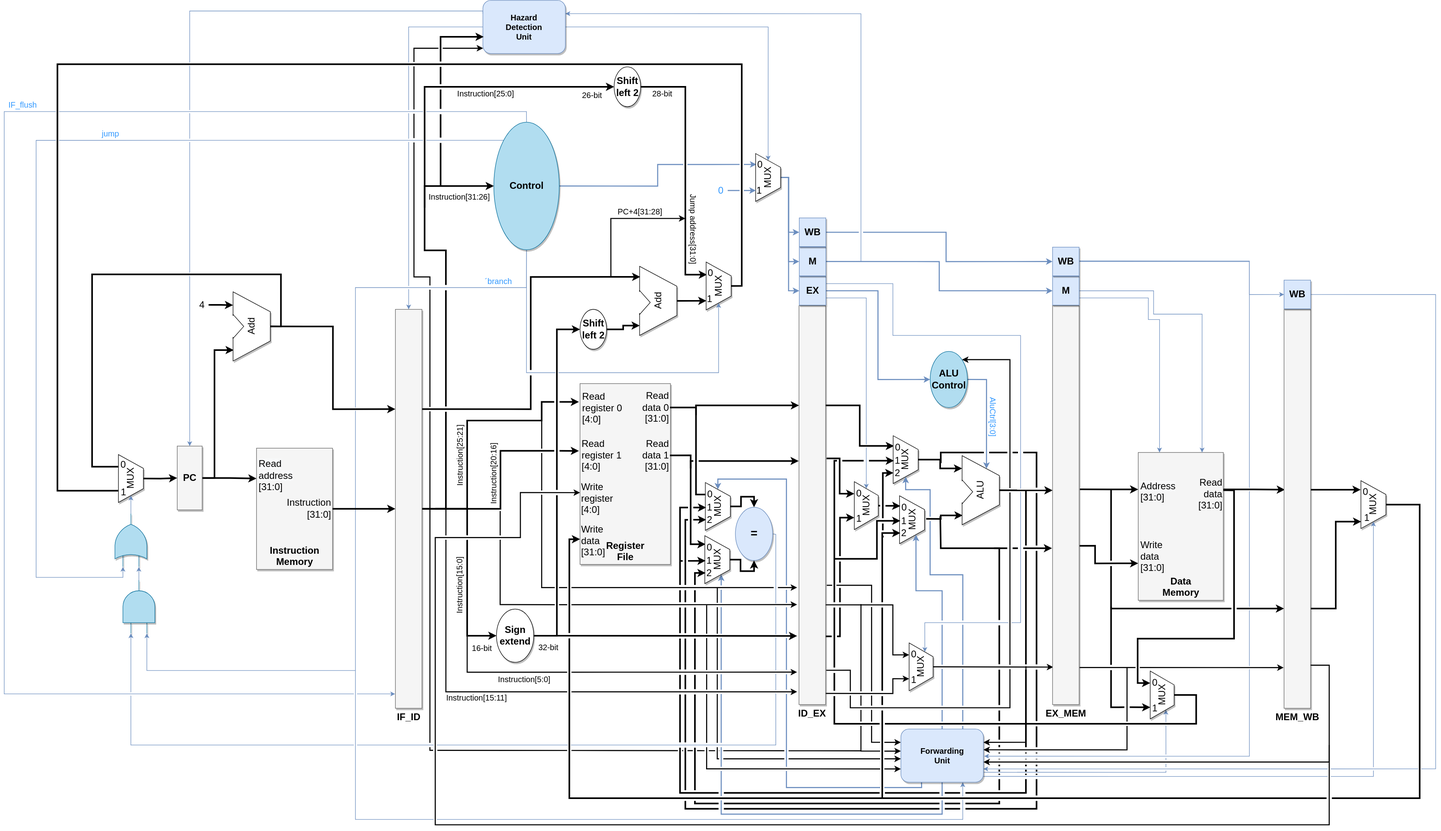
UandersonSilva/MIPS keeps this draw.io diagram as pipeline/alib/MIPS_structure.svg. Above is the earlier version. Source tidied: cells renumbered, new cells last; positions are measured from the earlier drawing's top-left corner, leaving out a move shared by most shapes.
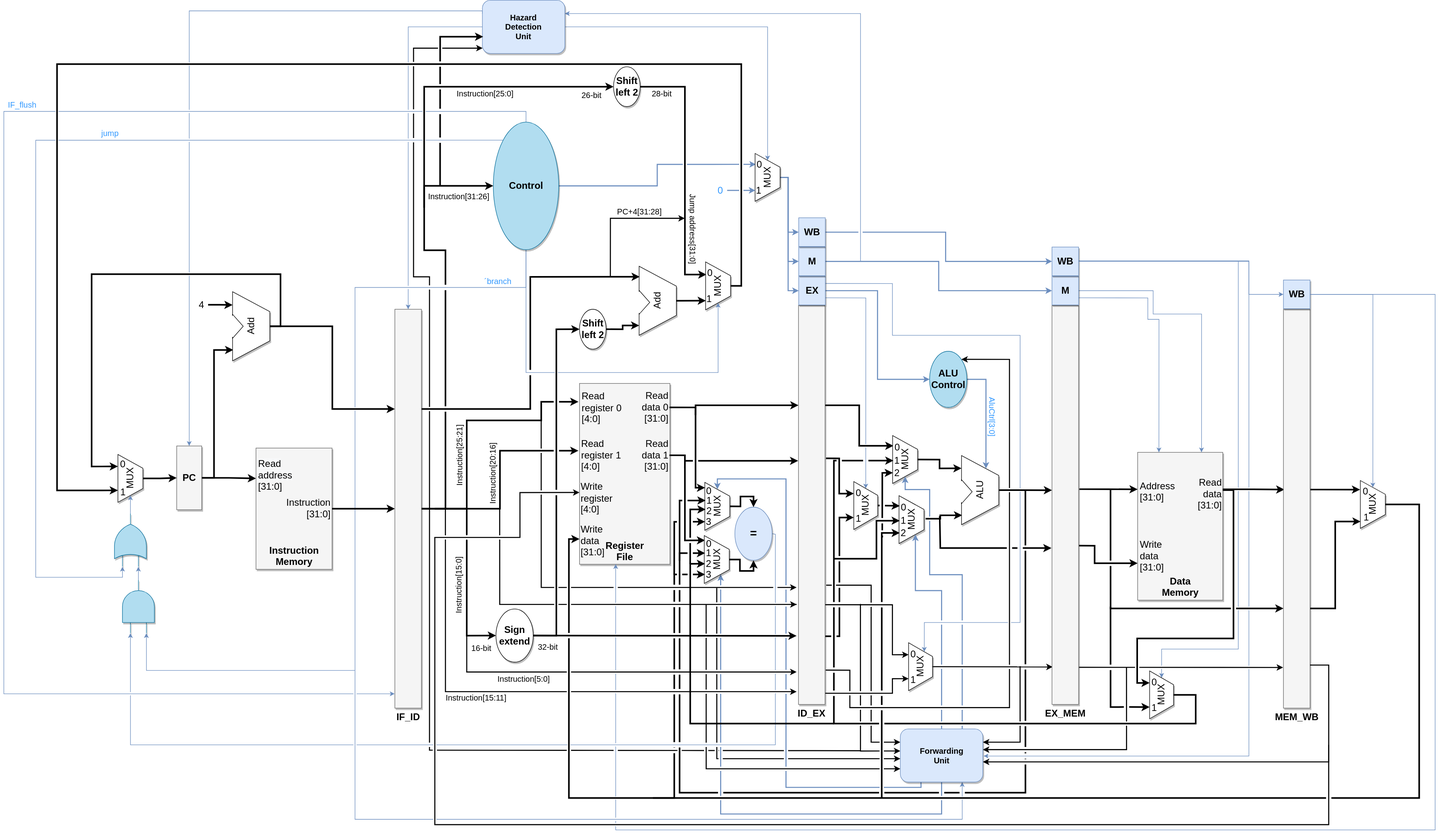
After the commit.

Commit message:
connections corrected.

The edit, as a diff of the source:
```diff
@@ -497,19 +497,19 @@
     <mxCell id="107" value="&lt;b&gt;MEM_WB&lt;/b&gt;" style="whiteSpace=wrap;html=1;shadow=1;fontSize=18;fillColor=#f5f5f5;strokeColor=#666666;verticalAlign=top;labelPosition=center;verticalLabelPosition=bottom;align=center;" parent="1" vertex="1">
       <mxGeometry x="2405" y="581" width="50" height="750" as="geometry" />
     </mxCell>
-    <mxCell id="108" style="edgeStyle=orthogonalEdgeStyle;rounded=0;jettySize=auto;html=1;exitX=1;exitY=0.5;exitDx=0;exitDy=0;entryX=0.75;entryY=0;entryDx=0;entryDy=0;fontSize=22;strokeWidth=3;" parent="1" edge="1" source="23" target="166">
+    <mxCell id="108" style="edgeStyle=orthogonalEdgeStyle;rounded=0;jettySize=auto;html=1;exitX=1;exitY=0.5;exitDx=0;exitDy=0;entryX=0;entryY=0;entryDx=0;entryDy=0;fontSize=22;strokeWidth=3;" parent="1" edge="1" source="23" target="167">
       <mxGeometry relative="1" as="geometry">
         <Array as="points">
           <mxPoint x="1300" y="766" />
-          <mxPoint x="1300" y="929" />
+          <mxPoint x="1300" y="917" />
         </Array>
       </mxGeometry>
     </mxCell>
     <mxCell id="109" style="edgeStyle=orthogonalEdgeStyle;rounded=0;jettySize=auto;html=1;exitX=1;exitY=0.5;exitDx=0;exitDy=0;entryX=0;entryY=0;entryDx=0;entryDy=0;fontSize=22;strokeWidth=3;" parent="1" edge="1" source="24" target="174">
       <mxGeometry relative="1" as="geometry">
         <Array as="points">
-          <mxPoint x="1290" y="856" />
-          <mxPoint x="1290" y="1023" />
+          <mxPoint x="1280" y="856" />
+          <mxPoint x="1280" y="1016" />
         </Array>
       </mxGeometry>
     </mxCell>
@@ -523,10 +523,10 @@
     </mxCell>
     <mxCell id="111" style="edgeStyle=orthogonalEdgeStyle;rounded=0;orthogonalLoop=1;jettySize=auto;html=1;strokeWidth=3;fontSize=22;jumpStyle=gap;" parent="1" edge="1">
       <mxGeometry relative="1" as="geometry">
-        <mxPoint x="1290" y="880" as="sourcePoint" />
+        <mxPoint x="1280" y="880" as="sourcePoint" />
         <mxPoint x="1493" y="866" as="targetPoint" />
         <Array as="points">
-          <mxPoint x="1290" y="866" />
+          <mxPoint x="1280" y="866" />
         </Array>
       </mxGeometry>
     </mxCell>
@@ -625,11 +625,12 @@
     <mxCell id="127" value="&lt;b&gt;WB&lt;/b&gt;" style="whiteSpace=wrap;html=1;shadow=1;fontSize=18;fillColor=#dae8fc;strokeColor=#6c8ebf;verticalAlign=middle;labelPosition=center;verticalLabelPosition=middle;align=center;" parent="1" vertex="1">
       <mxGeometry x="1970" y="464" width="50" height="54" as="geometry" />
     </mxCell>
-    <mxCell id="128" style="edgeStyle=orthogonalEdgeStyle;rounded=0;jumpStyle=gap;jettySize=auto;html=1;exitX=1;exitY=0.5;exitDx=0;exitDy=0;entryX=1;entryY=0.75;entryDx=0;entryDy=0;strokeWidth=1;fontSize=15;fillColor=#dae8fc;strokeColor=#6c8ebf;" parent="1" edge="1" source="129" target="154">
+    <mxCell id="128" style="edgeStyle=orthogonalEdgeStyle;rounded=0;jumpStyle=gap;jettySize=auto;html=1;exitX=1;exitY=0.5;exitDx=0;exitDy=0;entryX=0.4;entryY=0.999;entryDx=0;entryDy=0;strokeWidth=1;fontSize=15;fillColor=#dae8fc;strokeColor=#6c8ebf;entryPerimeter=0;" parent="1" edge="1" source="129" target="8">
       <mxGeometry relative="1" as="geometry">
         <Array as="points">
           <mxPoint x="2690" y="553" />
-          <mxPoint x="2690" y="1445" />
+          <mxPoint x="2690" y="1560" />
+          <mxPoint x="1150" y="1560" />
         </Array>
       </mxGeometry>
     </mxCell>
@@ -756,11 +757,12 @@
         </Array>
       </mxGeometry>
     </mxCell>
-    <mxCell id="148" style="edgeStyle=orthogonalEdgeStyle;rounded=0;jumpStyle=gap;jettySize=auto;html=1;exitX=1;exitY=0.25;exitDx=0;exitDy=0;strokeWidth=2;entryX=1;entryY=0.25;entryDx=0;entryDy=0;" parent="1" edge="1" target="154">
+    <mxCell id="148" style="edgeStyle=orthogonalEdgeStyle;rounded=0;jumpStyle=gap;jettySize=auto;html=1;strokeWidth=2;entryX=1;entryY=0.25;entryDx=0;entryDy=0;" parent="1" edge="1" target="154">
       <mxGeometry relative="1" as="geometry">
-        <mxPoint x="1920" y="1252" as="sourcePoint" />
+        <mxPoint x="1910" y="1252" as="sourcePoint" />
         <Array as="points">
-          <mxPoint x="1920" y="1395" />
+          <mxPoint x="1910" y="1252" />
+          <mxPoint x="1910" y="1395" />
         </Array>
       </mxGeometry>
     </mxCell>
@@ -791,18 +793,19 @@
         </Array>
       </mxGeometry>
     </mxCell>
-    <mxCell id="152" style="edgeStyle=orthogonalEdgeStyle;rounded=0;jumpStyle=gap;jettySize=auto;html=1;exitX=1.006;exitY=0.813;exitDx=0;exitDy=0;entryX=0;entryY=0.75;entryDx=0;entryDy=0;strokeWidth=1;fontFamily=Helvetica;fontSize=12;fontColor=#3399FF;exitPerimeter=0;fillColor=#dae8fc;strokeColor=#6c8ebf;" parent="1" edge="1" source="154" target="203">
+    <mxCell id="152" style="edgeStyle=orthogonalEdgeStyle;rounded=0;jumpStyle=gap;jettySize=auto;html=1;entryX=1;entryY=0.5;entryDx=0;entryDy=0;strokeWidth=1;fontFamily=Helvetica;fontSize=12;fontColor=#3399FF;fillColor=#dae8fc;strokeColor=#6c8ebf;exitX=1;exitY=0.5;exitDx=0;exitDy=0;" parent="1" edge="1" source="127" target="203">
       <mxGeometry relative="1" as="geometry">
         <Array as="points">
-          <mxPoint x="2183" y="1451" />
+          <mxPoint x="2320" y="491" />
+          <mxPoint x="2320" y="1220" />
+          <mxPoint x="2176" y="1220" />
         </Array>
       </mxGeometry>
     </mxCell>
-    <mxCell id="153" style="edgeStyle=orthogonalEdgeStyle;rounded=0;jumpStyle=gap;jettySize=auto;html=1;exitX=1;exitY=1;exitDx=0;exitDy=0;entryX=0;entryY=0.5;entryDx=0;entryDy=0;strokeWidth=1;fontFamily=Helvetica;fontSize=12;fontColor=#3399FF;fillColor=#dae8fc;strokeColor=#6c8ebf;" parent="1" edge="1" target="48">
+    <mxCell id="153" style="edgeStyle=orthogonalEdgeStyle;rounded=0;jumpStyle=gap;jettySize=auto;html=1;exitX=1;exitY=0.5;exitDx=0;exitDy=0;entryX=1;entryY=0.5;entryDx=0;entryDy=0;strokeWidth=1;fontFamily=Helvetica;fontSize=12;fontColor=#3399FF;fillColor=#dae8fc;strokeColor=#6c8ebf;" parent="1" edge="1" source="129" target="48">
       <mxGeometry relative="1" as="geometry">
-        <mxPoint x="1840" y="1459" as="sourcePoint" />
         <Array as="points">
-          <mxPoint x="2573" y="1459" />
+          <mxPoint x="2573" y="553" />
         </Array>
       </mxGeometry>
     </mxCell>
@@ -861,7 +864,7 @@
       <mxGeometry x="1296" y="928" width="90" height="47" as="geometry" />
     </mxCell>
     <mxCell id="167" value="0" style="text;html=1;strokeColor=none;fillColor=none;align=center;verticalAlign=middle;whiteSpace=wrap;rounded=0;shadow=1;fontSize=18;" parent="1" vertex="1">
-      <mxGeometry x="1319" y="922.5" width="14" height="13" as="geometry" />
+      <mxGeometry x="1318" y="916.5" width="14" height="13" as="geometry" />
     </mxCell>
     <mxCell id="168" style="edgeStyle=orthogonalEdgeStyle;rounded=0;jumpStyle=gap;jettySize=auto;html=1;exitX=0;exitY=0.5;exitDx=0;exitDy=0;strokeWidth=3;entryX=0;entryY=0.5;entryDx=0;entryDy=0;" parent="1" edge="1" target="169">
       <mxGeometry relative="1" as="geometry">
@@ -869,27 +872,23 @@
         <Array as="points">
           <mxPoint x="1920" y="1490" />
           <mxPoint x="1270" y="1490" />
-          <mxPoint x="1270" y="954" />
+          <mxPoint x="1270" y="940" />
         </Array>
       </mxGeometry>
     </mxCell>
     <mxCell id="169" value="1" style="text;html=1;strokeColor=none;fillColor=none;align=center;verticalAlign=middle;whiteSpace=wrap;rounded=0;shadow=1;fontSize=18;" parent="1" vertex="1">
-      <mxGeometry x="1319" y="947" width="13" height="13" as="geometry" />
+      <mxGeometry x="1319" y="934" width="13" height="13" as="geometry" />
     </mxCell>
-    <mxCell id="170" style="edgeStyle=orthogonalEdgeStyle;rounded=0;jumpStyle=gap;jettySize=auto;html=1;exitX=0;exitY=0.5;exitDx=0;exitDy=0;strokeWidth=3;entryX=0;entryY=0.5;entryDx=0;entryDy=0;" parent="1" edge="1" target="171">
-      <mxGeometry relative="1" as="geometry">
-        <mxPoint x="1760" y="870" as="sourcePoint" />
-        <Array as="points">
-          <mxPoint x="1760" y="850" />
-          <mxPoint x="1940" y="850" />
-          <mxPoint x="1940" y="1520" />
-          <mxPoint x="1280" y="1520" />
-          <mxPoint x="1280" y="977" />
-        </Array>
-      </mxGeometry>
-    </mxCell>
+    <mxCell id="206" style="edgeStyle=orthogonalEdgeStyle;rounded=0;jettySize=auto;html=1;exitX=0;exitY=0.25;exitDx=0;exitDy=0;strokeWidth=3;entryX=0;entryY=0.25;entryDx=0;entryDy=0;jumpStyle=gap;" parent="1" edge="1" target="171">
+      <mxGeometry relative="1" as="geometry">
+        <mxPoint x="1290" y="1060" as="sourcePoint" />
+        <Array as="points">
+          <mxPoint x="1290" y="957" />
+        </Array>
+      </mxGeometry>
+    </mxCell>
     <mxCell id="171" value="2" style="text;html=1;strokeColor=none;fillColor=none;align=center;verticalAlign=middle;whiteSpace=wrap;rounded=0;shadow=1;fontSize=18;" parent="1" vertex="1">
-      <mxGeometry x="1319" y="970" width="13" height="13" as="geometry" />
+      <mxGeometry x="1319" y="954" width="13" height="13" as="geometry" />
     </mxCell>
     <mxCell id="172" style="edgeStyle=orthogonalEdgeStyle;rounded=0;jumpStyle=gap;jettySize=auto;html=1;exitX=0.5;exitY=1;exitDx=0;exitDy=0;entryX=0.5;entryY=1;entryDx=0;entryDy=0;strokeWidth=3;" parent="1" edge="1" source="173" target="113">
       <mxGeometry relative="1" as="geometry" />
@@ -898,29 +897,30 @@
       <mxGeometry x="1295" y="1028" width="90" height="47" as="geometry" />
     </mxCell>
     <mxCell id="174" value="0" style="text;html=1;strokeColor=none;fillColor=none;align=center;verticalAlign=middle;whiteSpace=wrap;rounded=0;shadow=1;fontSize=18;" parent="1" vertex="1">
-      <mxGeometry x="1318" y="1022.5" width="14" height="13" as="geometry" />
+      <mxGeometry x="1318" y="1015.5" width="14" height="13" as="geometry" />
     </mxCell>
     <mxCell id="175" style="edgeStyle=orthogonalEdgeStyle;rounded=0;jumpStyle=gap;jettySize=auto;html=1;exitX=0;exitY=0.5;exitDx=0;exitDy=0;strokeWidth=3;entryX=0;entryY=0.5;entryDx=0;entryDy=0;" parent="1" edge="1" target="176">
       <mxGeometry relative="1" as="geometry">
         <mxPoint x="1270" y="1054" as="sourcePoint" />
+        <Array as="points">
+          <mxPoint x="1270" y="1040" />
+        </Array>
       </mxGeometry>
     </mxCell>
     <mxCell id="176" value="1" style="text;html=1;strokeColor=none;fillColor=none;align=center;verticalAlign=middle;whiteSpace=wrap;rounded=0;shadow=1;fontSize=18;" parent="1" vertex="1">
-      <mxGeometry x="1318" y="1047" width="13" height="13" as="geometry" />
+      <mxGeometry x="1318" y="1033" width="13" height="13" as="geometry" />
     </mxCell>
-    <mxCell id="177" style="edgeStyle=orthogonalEdgeStyle;rounded=0;jumpStyle=gap;jettySize=auto;html=1;exitX=0;exitY=0.5;exitDx=0;exitDy=0;strokeWidth=3;entryX=0;entryY=0.5;entryDx=0;entryDy=0;" parent="1" edge="1" target="178">
-      <mxGeometry relative="1" as="geometry">
-        <mxPoint x="1860" y="1030" as="sourcePoint" />
-        <Array as="points">
-          <mxPoint x="1870" y="1030" />
-          <mxPoint x="1870" y="1510" />
-          <mxPoint x="1298" y="1510" />
-          <mxPoint x="1298" y="1077" />
-        </Array>
-      </mxGeometry>
-    </mxCell>
+    <mxCell id="207" style="edgeStyle=orthogonalEdgeStyle;rounded=0;jettySize=auto;html=1;exitX=0;exitY=0.5;exitDx=0;exitDy=0;entryX=0;entryY=0.5;entryDx=0;entryDy=0;strokeWidth=3;" parent="1" edge="1" target="178">
+      <mxGeometry relative="1" as="geometry">
+        <mxPoint x="1560" y="1360" as="sourcePoint" />
+        <Array as="points">
+          <mxPoint x="1290" y="1360" />
+          <mxPoint x="1290" y="1060" />
+        </Array>
+      </mxGeometry>
+    </mxCell>
     <mxCell id="178" value="2" style="text;html=1;strokeColor=none;fillColor=none;align=center;verticalAlign=middle;whiteSpace=wrap;rounded=0;shadow=1;fontSize=18;" parent="1" vertex="1">
-      <mxGeometry x="1318" y="1070" width="13" height="13" as="geometry" />
+      <mxGeometry x="1318" y="1053" width="13" height="13" as="geometry" />
     </mxCell>
     <mxCell id="179" value="26-bit" style="text;html=1;strokeColor=none;fillColor=none;align=center;verticalAlign=middle;whiteSpace=wrap;rounded=0;shadow=0;fontSize=15;" parent="1" vertex="1">
       <mxGeometry x="1082" y="166" width="45" height="24" as="geometry" />
@@ -1050,5 +1050,28 @@
     <mxCell id="205" value="1" style="text;html=1;strokeColor=none;fillColor=none;align=center;verticalAlign=middle;whiteSpace=wrap;rounded=0;shadow=1;fontSize=18;" parent="1" vertex="1">
       <mxGeometry x="2156.5" y="1324" width="12" height="13" as="geometry" />
     </mxCell>
+    <mxCell id="208" style="edgeStyle=orthogonalEdgeStyle;rounded=0;jumpStyle=gap;jettySize=auto;html=1;exitX=0;exitY=0.5;exitDx=0;exitDy=0;strokeWidth=3;entryX=0;entryY=0.5;entryDx=0;entryDy=0;" parent="1" edge="1" target="209">
+      <mxGeometry relative="1" as="geometry">
+        <mxPoint x="1260" y="1080" as="sourcePoint" />
+        <Array as="points">
+          <mxPoint x="1260" y="981" />
+        </Array>
+      </mxGeometry>
+    </mxCell>
+    <mxCell id="209" value="3" style="text;html=1;strokeColor=none;fillColor=none;align=center;verticalAlign=middle;whiteSpace=wrap;rounded=0;shadow=1;fontSize=18;" parent="1" vertex="1">
+      <mxGeometry x="1318" y="974" width="13" height="13" as="geometry" />
+    </mxCell>
+    <mxCell id="210" style="edgeStyle=orthogonalEdgeStyle;rounded=0;jettySize=auto;html=1;exitX=0;exitY=0.5;exitDx=0;exitDy=0;strokeWidth=3;entryX=0;entryY=0.5;entryDx=0;entryDy=0;jumpStyle=gap;" parent="1" edge="1" target="211">
+      <mxGeometry relative="1" as="geometry">
+        <mxPoint x="1220" y="1500" as="sourcePoint" />
+        <Array as="points">
+          <mxPoint x="1260" y="1500" />
+          <mxPoint x="1260" y="1080" />
+        </Array>
+      </mxGeometry>
+    </mxCell>
+    <mxCell id="211" value="3" style="text;html=1;strokeColor=none;fillColor=none;align=center;verticalAlign=middle;whiteSpace=wrap;rounded=0;shadow=1;fontSize=18;" parent="1" vertex="1">
+      <mxGeometry x="1318" y="1073" width="13" height="13" as="geometry" />
+    </mxCell>
   </root>
 </mxGraphModel>
```
